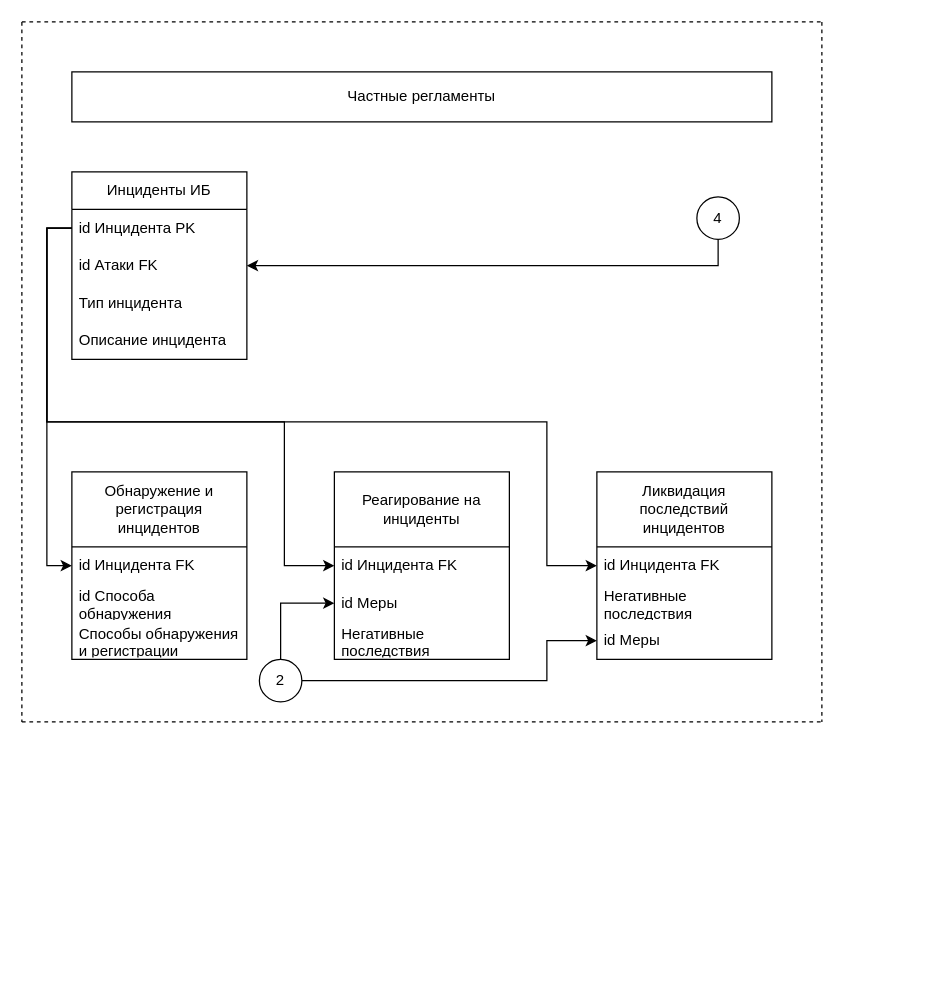
Above: Частные регламенты.drawio in SmirnovBogdan8/Diplom (draw.io), before the change. Source tidied: cells renumbered, new cells numbered last; positions are measured from the earlier drawing's top-left corner, leaving out a move shared by most shapes. Both pictures are drawn from the tidied source at 125%, with x=0, y=0 at pixel (21, 21).
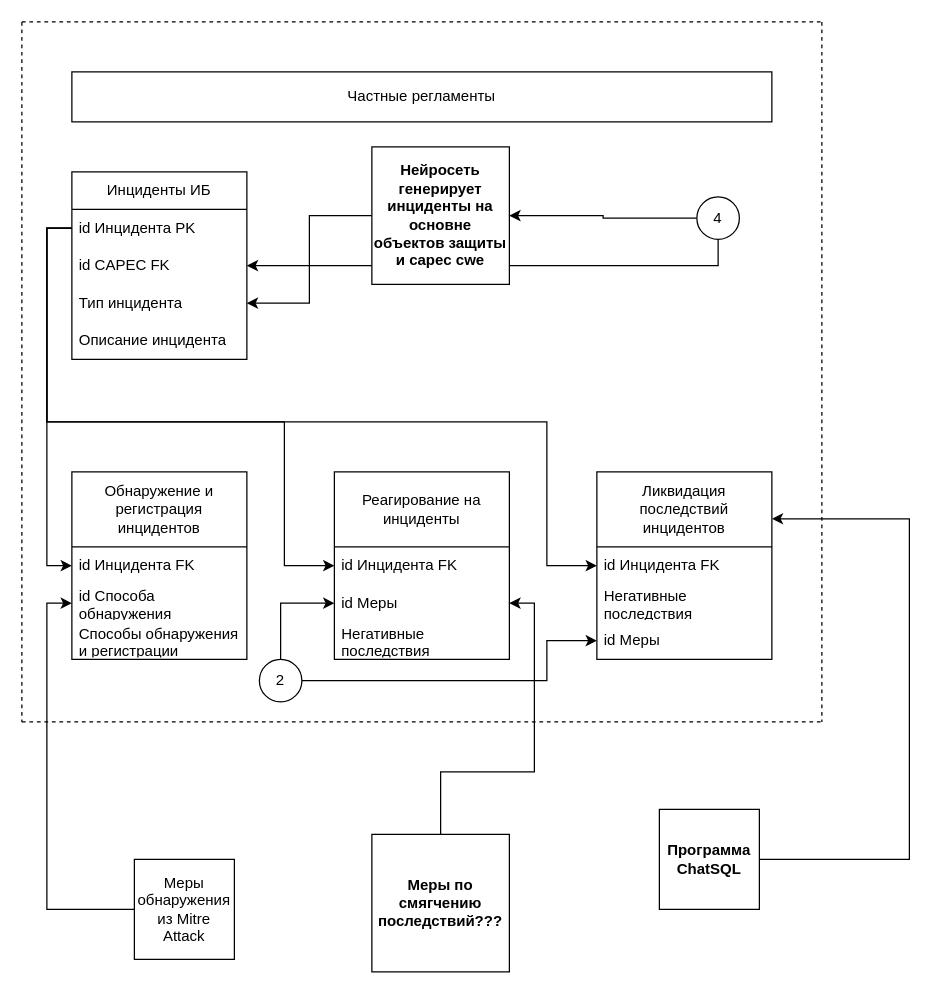
The same diagram, later.

The change refers to these unchanged cells:
```xml
<mxCell id="9" value="id Способа обнаружения" style="text;strokeColor=none;fillColor=none;align=left;verticalAlign=middle;spacingLeft=4;spacingRight=4;overflow=hidden;points=[[0,0.5],[1,0.5]];portConstraint=eastwest;whiteSpace=wrap;html=1;" parent="7" vertex="1">
  <mxGeometry y="90" width="140" height="30" as="geometry" />
</mxCell>
<mxCell id="11" value="Инциденты ИБ" style="swimlane;fontStyle=0;horizontal=1;startSize=30;whiteSpace=wrap;html=1;" parent="1" vertex="1">
  <mxGeometry x="40" y="120" width="140" height="150" as="geometry" />
</mxCell>
<mxCell id="14" value="Тип инцидента" style="text;strokeColor=none;fillColor=none;align=left;verticalAlign=middle;spacingLeft=4;spacingRight=4;overflow=hidden;points=[[0,0.5],[1,0.5]];portConstraint=eastwest;whiteSpace=wrap;html=1;" parent="11" vertex="1">
  <mxGeometry y="90" width="140" height="30" as="geometry" />
</mxCell>
<mxCell id="18" value="id Меры" style="text;strokeColor=none;fillColor=none;align=left;verticalAlign=middle;spacingLeft=4;spacingRight=4;overflow=hidden;points=[[0,0.5],[1,0.5]];portConstraint=eastwest;whiteSpace=wrap;html=1;" parent="16" vertex="1">
  <mxGeometry y="90" width="140" height="30" as="geometry" />
</mxCell>
<mxCell id="20" value="Ликвидация последствий инцидентов" style="swimlane;fontStyle=0;horizontal=1;startSize=60;whiteSpace=wrap;html=1;" parent="1" vertex="1">
  <mxGeometry x="460" y="360" width="140" height="150" as="geometry" />
</mxCell>
<mxCell id="28" value="4" style="ellipse;whiteSpace=wrap;html=1;" parent="1" vertex="1">
  <mxGeometry x="540" y="140" width="34" height="34" as="geometry" />
</mxCell>
```

Change to the diagram source:
```diff
@@
-    <mxCell id="13" value="id Атаки FK" style="text;strokeColor=none;fillColor=none;align=left;verticalAlign=middle;spacingLeft=4;spacingRight=4;overflow=hidden;points=[[0,0.5],[1,0.5]];portConstraint=eastwest;whiteSpace=wrap;html=1;" parent="11" vertex="1">
+    <mxCell id="13" value="id CAPEC FK" style="text;strokeColor=none;fillColor=none;align=left;verticalAlign=middle;spacingLeft=4;spacingRight=4;overflow=hidden;points=[[0,0.5],[1,0.5]];portConstraint=eastwest;whiteSpace=wrap;html=1;" parent="11" vertex="1">
       <mxGeometry y="60" width="140" height="30" as="geometry" />
     </mxCell>
@@
+    <mxCell id="32" style="edgeStyle=orthogonalEdgeStyle;rounded=0;jettySize=auto;html=1;exitX=0;exitY=0.5;exitDx=0;exitDy=0;" parent="1" edge="1" source="28" target="40">
+      <mxGeometry relative="1" as="geometry" />
+    </mxCell>
@@
+    <mxCell id="33" style="edgeStyle=orthogonalEdgeStyle;rounded=0;jettySize=auto;html=1;entryX=1;entryY=0.25;entryDx=0;entryDy=0;" parent="1" edge="1" source="34" target="20">
+      <mxGeometry relative="1" as="geometry">
+        <Array as="points">
+          <mxPoint x="710" y="670" />
+          <mxPoint x="710" y="398" />
+        </Array>
+      </mxGeometry>
+    </mxCell>
+    <mxCell id="34" value="&lt;b&gt;Программа ChatSQL&lt;/b&gt;" style="whiteSpace=wrap;html=1;" parent="1" vertex="1">
+      <mxGeometry x="510" y="630" width="80" height="80" as="geometry" />
+    </mxCell>
+    <mxCell id="35" style="edgeStyle=orthogonalEdgeStyle;rounded=0;jettySize=auto;html=1;exitX=0;exitY=0.5;exitDx=0;exitDy=0;entryX=0;entryY=0.5;entryDx=0;entryDy=0;" parent="1" edge="1" source="36" target="9">
+      <mxGeometry relative="1" as="geometry" />
+    </mxCell>
+    <mxCell id="36" value="Меры обнаружения из Mitre Attack" style="whiteSpace=wrap;html=1;" parent="1" vertex="1">
+      <mxGeometry x="90" y="670" width="80" height="80" as="geometry" />
+    </mxCell>
+    <mxCell id="37" style="edgeStyle=orthogonalEdgeStyle;rounded=0;jettySize=auto;html=1;exitX=0.5;exitY=0;exitDx=0;exitDy=0;" parent="1" edge="1" source="38" target="18">
+      <mxGeometry relative="1" as="geometry">
+        <Array as="points">
+          <mxPoint x="335" y="600" />
+          <mxPoint x="410" y="600" />
+          <mxPoint x="410" y="465" />
+        </Array>
+      </mxGeometry>
+    </mxCell>
+    <mxCell id="38" value="&lt;b&gt;Меры по смягчению последствий???&lt;/b&gt;" style="whiteSpace=wrap;html=1;" parent="1" vertex="1">
+      <mxGeometry x="280" y="650" width="110" height="110" as="geometry" />
+    </mxCell>
+    <mxCell id="39" style="edgeStyle=orthogonalEdgeStyle;rounded=0;jettySize=auto;html=1;exitX=0;exitY=0.5;exitDx=0;exitDy=0;entryX=1;entryY=0.5;entryDx=0;entryDy=0;" parent="1" edge="1" source="40" target="14">
+      <mxGeometry relative="1" as="geometry" />
+    </mxCell>
+    <mxCell id="40" value="&lt;b&gt;Нейросеть генерирует инциденты на основне объектов защиты и capec cwe&lt;/b&gt;" style="whiteSpace=wrap;html=1;" parent="1" vertex="1">
+      <mxGeometry x="280" y="100" width="110" height="110" as="geometry" />
+    </mxCell>
```
